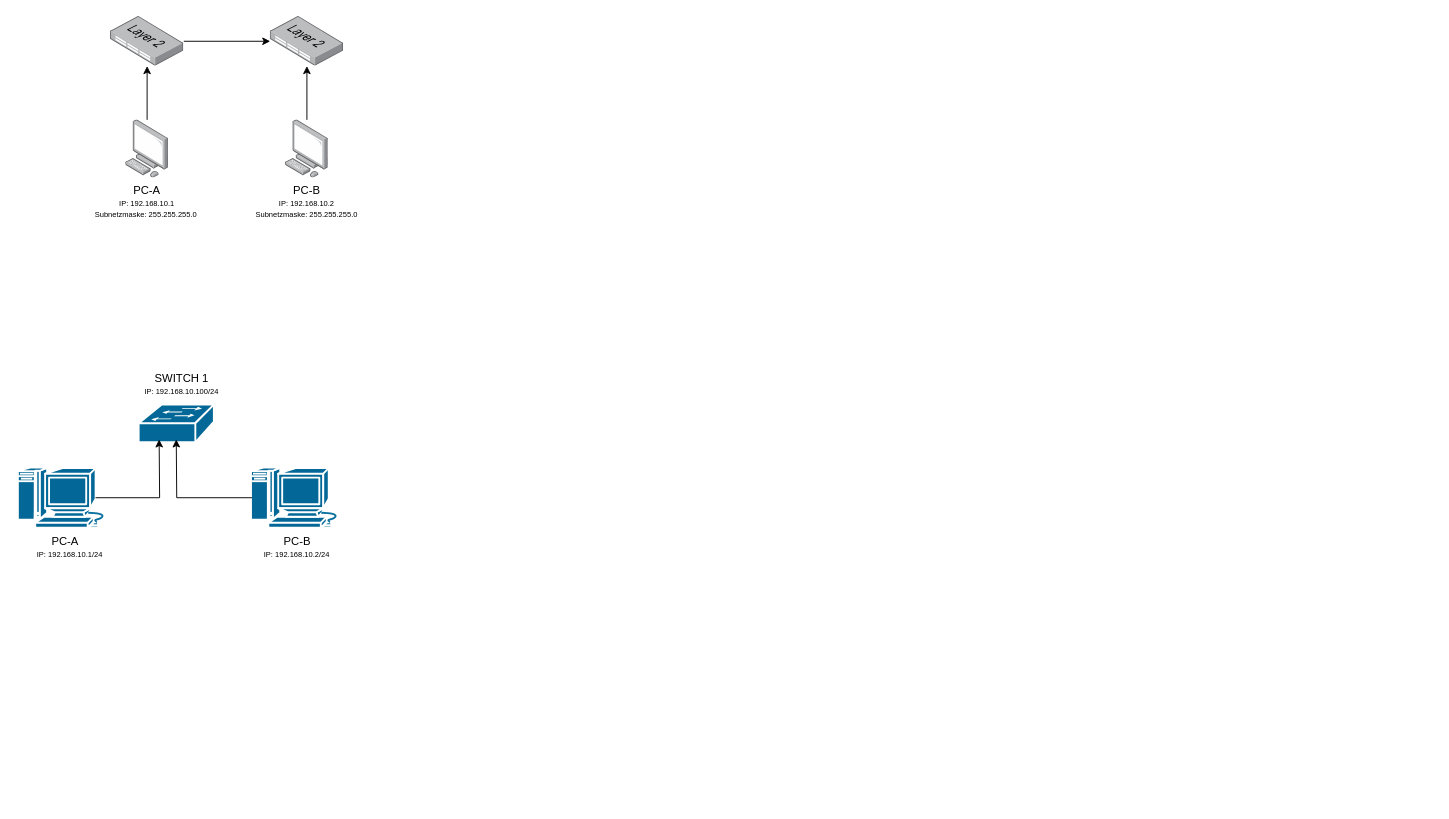
Before: Ubung1 Topologie1.drawio in PLAD26/OSI-Modell, a draw.io diagram. Source tidied: cells renumbered, new cells numbered last; positions are measured from the earlier drawing's top-left corner, leaving out a move shared by most shapes. Both pictures are drawn from the tidied source at 94%, with x=0, y=0 at pixel (17, 16).
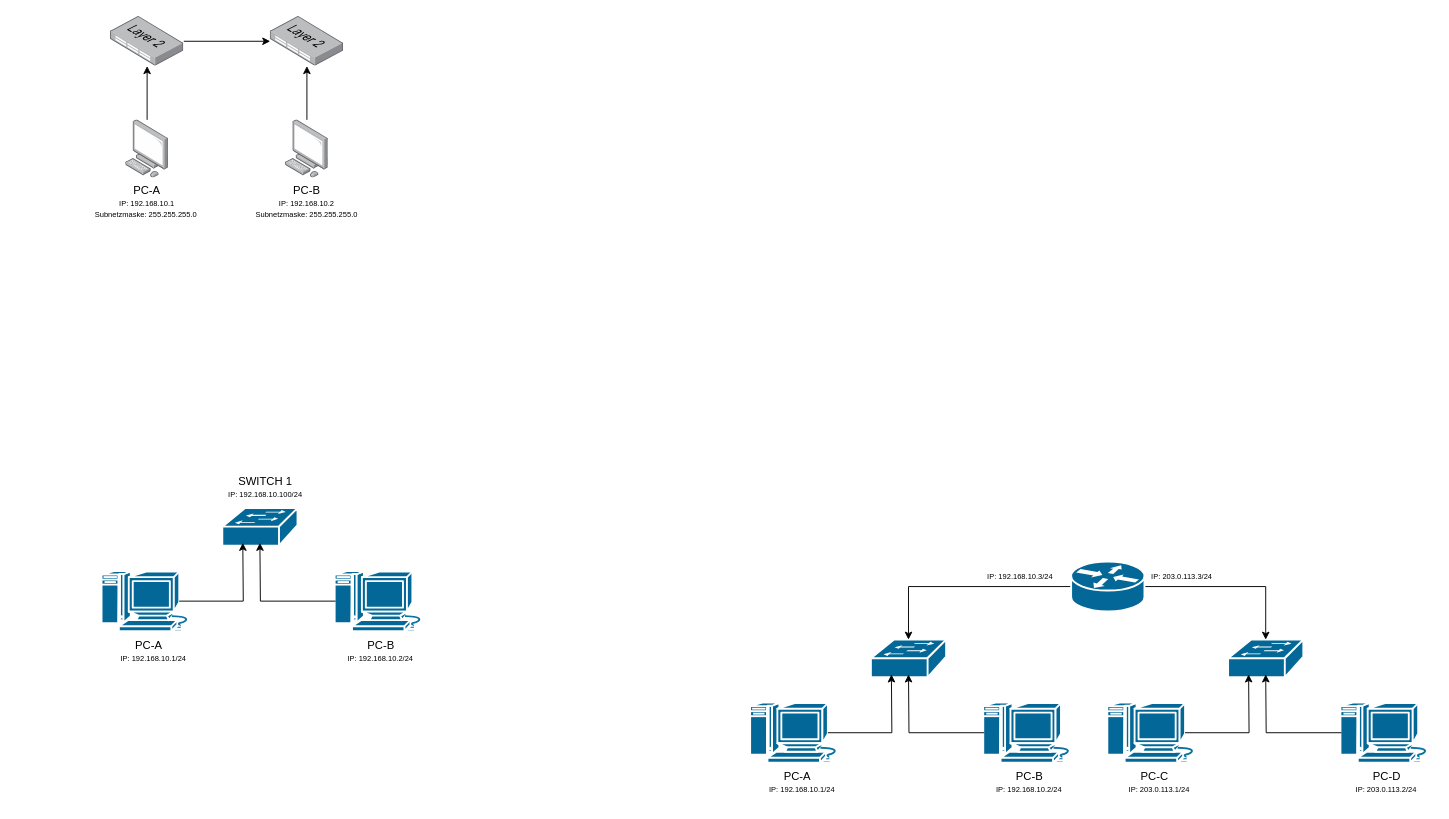
After the change.

What changed in the source:
```diff
@@
     <mxCell id="5" style="strokeColor=#ffffff;sketch=0;html=1;dashed=0;fillColor=#036897;strokeWidth=2;verticalLabelPosition=bottom;verticalAlign=top;align=center;shape=mxgraph.cisco.switches.workgroup_switch;" parent="1" vertex="1">
-      <mxGeometry x="129" y="413" width="80" height="40" as="geometry" />
+      <mxGeometry x="218" y="523" width="80" height="40" as="geometry" />
     </mxCell>
@@
     <mxCell id="16" style="sketch=0;html=1;dashed=0;fillColor=#036897;strokeColor=#ffffff;strokeWidth=2;verticalLabelPosition=bottom;verticalAlign=top;align=center;outlineConnect=0;shape=mxgraph.cisco.computers_and_peripherals.macintosh;" parent="1" vertex="1">
-      <mxGeometry x="248" y="480" width="99" height="64" as="geometry" />
+      <mxGeometry x="337" y="590" width="99" height="64" as="geometry" />
     </mxCell>
     <mxCell id="17" style="sketch=0;html=1;dashed=0;fillColor=#036897;strokeColor=#ffffff;strokeWidth=2;verticalLabelPosition=bottom;verticalAlign=top;align=center;outlineConnect=0;shape=mxgraph.cisco.computers_and_peripherals.macintosh;" parent="1" vertex="1">
-      <mxGeometry y="480" width="99" height="64" as="geometry" />
+      <mxGeometry x="89" y="590" width="99" height="64" as="geometry" />
     </mxCell>
     <mxCell id="18" value="PC-A" style="text;html=1;whiteSpace=wrap;strokeColor=none;fillColor=none;align=center;verticalAlign=middle;rounded=0;" parent="1" vertex="1">
-      <mxGeometry x="20.5" y="544" width="60" height="30" as="geometry" />
+      <mxGeometry x="109.5" y="654" width="60" height="30" as="geometry" />
     </mxCell>
     <mxCell id="19" value="&lt;font style=&quot;font-size: 8px;&quot;&gt;IP: 192.168.10.1/24&lt;/font&gt;" style="text;html=1;whiteSpace=wrap;strokeColor=none;fillColor=none;align=center;verticalAlign=middle;rounded=0;" parent="1" vertex="1">
-      <mxGeometry x="15.5" y="557" width="79.5" height="30" as="geometry" />
+      <mxGeometry x="104.5" y="667" width="79.5" height="30" as="geometry" />
     </mxCell>
     <mxCell id="20" value="&lt;font style=&quot;font-size: 8px;&quot;&gt;IP: 192.168.10.2/24&lt;/font&gt;" style="text;html=1;whiteSpace=wrap;strokeColor=none;fillColor=none;align=center;verticalAlign=middle;rounded=0;" parent="1" vertex="1">
-      <mxGeometry x="253.3" y="557" width="89" height="30" as="geometry" />
+      <mxGeometry x="342.3" y="667" width="89" height="30" as="geometry" />
     </mxCell>
     <mxCell id="21" value="PC-B" style="text;html=1;whiteSpace=wrap;strokeColor=none;fillColor=none;align=center;verticalAlign=middle;rounded=0;" parent="1" vertex="1">
-      <mxGeometry x="267.8" y="544" width="60" height="30" as="geometry" />
+      <mxGeometry x="356.8" y="654" width="60" height="30" as="geometry" />
     </mxCell>
     <mxCell id="22" value="SWITCH 1" style="text;html=1;whiteSpace=wrap;strokeColor=none;fillColor=none;align=center;verticalAlign=middle;rounded=0;" parent="1" vertex="1">
-      <mxGeometry x="144.8" y="370" width="60" height="30" as="geometry" />
+      <mxGeometry x="233.8" y="480" width="60" height="30" as="geometry" />
     </mxCell>
     <mxCell id="23" value="&lt;font style=&quot;font-size: 8px;&quot;&gt;IP: 192.168.10.100/24&lt;/font&gt;" style="text;html=1;whiteSpace=wrap;strokeColor=none;fillColor=none;align=center;verticalAlign=middle;rounded=0;" parent="1" vertex="1">
-      <mxGeometry x="132.8" y="383" width="84" height="30" as="geometry" />
+      <mxGeometry x="221.8" y="493" width="84" height="30" as="geometry" />
     </mxCell>
     <mxCell id="24" style="edgeStyle=orthogonalEdgeStyle;rounded=0;jettySize=auto;html=1;exitX=0.84;exitY=0.5;exitDx=0;exitDy=0;exitPerimeter=0;entryX=0.125;entryY=0.925;entryDx=0;entryDy=0;entryPerimeter=0;" parent="1" edge="1" source="17">
       <mxGeometry relative="1" as="geometry">
-        <mxPoint x="150.8" y="450" as="targetPoint" />
+        <mxPoint x="239.8" y="560" as="targetPoint" />
       </mxGeometry>
     </mxCell>
     <mxCell id="25" style="edgeStyle=orthogonalEdgeStyle;rounded=0;jettySize=auto;html=1;exitX=0.015;exitY=0.5;exitDx=0;exitDy=0;exitPerimeter=0;" parent="1" edge="1" source="16">
       <mxGeometry relative="1" as="geometry">
-        <mxPoint x="169" y="450" as="targetPoint" />
+        <mxPoint x="258" y="560" as="targetPoint" />
       </mxGeometry>
     </mxCell>
+    <mxCell id="26" style="strokeColor=#ffffff;sketch=0;html=1;dashed=0;fillColor=#036897;strokeWidth=2;verticalLabelPosition=bottom;verticalAlign=top;align=center;outlineConnect=0;shape=mxgraph.cisco.switches.workgroup_switch;" parent="1" vertex="1">
+      <mxGeometry x="908" y="663" width="80" height="40" as="geometry" />
+    </mxCell>
+    <mxCell id="27" style="sketch=0;html=1;dashed=0;fillColor=#036897;strokeColor=#ffffff;strokeWidth=2;verticalLabelPosition=bottom;verticalAlign=top;align=center;outlineConnect=0;shape=mxgraph.cisco.computers_and_peripherals.macintosh;" parent="1" vertex="1">
+      <mxGeometry x="1027" y="730" width="99" height="64" as="geometry" />
+    </mxCell>
+    <mxCell id="28" style="sketch=0;html=1;dashed=0;fillColor=#036897;strokeColor=#ffffff;strokeWidth=2;verticalLabelPosition=bottom;verticalAlign=top;align=center;outlineConnect=0;shape=mxgraph.cisco.computers_and_peripherals.macintosh;" parent="1" vertex="1">
+      <mxGeometry x="779" y="730" width="99" height="64" as="geometry" />
+    </mxCell>
+    <mxCell id="29" value="PC-A" style="text;html=1;whiteSpace=wrap;strokeColor=none;fillColor=none;align=center;verticalAlign=middle;rounded=0;" parent="1" vertex="1">
+      <mxGeometry x="799.5" y="794" width="60" height="30" as="geometry" />
+    </mxCell>
+    <mxCell id="30" value="&lt;font style=&quot;font-size: 8px;&quot;&gt;IP: 192.168.10.1/24&lt;/font&gt;" style="text;html=1;whiteSpace=wrap;strokeColor=none;fillColor=none;align=center;verticalAlign=middle;rounded=0;" parent="1" vertex="1">
+      <mxGeometry x="794.5" y="807" width="79.5" height="30" as="geometry" />
+    </mxCell>
+    <mxCell id="31" value="&lt;font style=&quot;font-size: 8px;&quot;&gt;IP: 192.168.10.2/24&lt;/font&gt;" style="text;html=1;whiteSpace=wrap;strokeColor=none;fillColor=none;align=center;verticalAlign=middle;rounded=0;" parent="1" vertex="1">
+      <mxGeometry x="1032.3" y="807" width="89" height="30" as="geometry" />
+    </mxCell>
+    <mxCell id="32" value="PC-B" style="text;html=1;whiteSpace=wrap;strokeColor=none;fillColor=none;align=center;verticalAlign=middle;rounded=0;" parent="1" vertex="1">
+      <mxGeometry x="1046.8" y="794" width="60" height="30" as="geometry" />
+    </mxCell>
+    <mxCell id="33" style="edgeStyle=orthogonalEdgeStyle;rounded=0;jettySize=auto;html=1;exitX=0.84;exitY=0.5;exitDx=0;exitDy=0;exitPerimeter=0;entryX=0.125;entryY=0.925;entryDx=0;entryDy=0;entryPerimeter=0;" parent="1" edge="1" source="28">
+      <mxGeometry relative="1" as="geometry">
+        <mxPoint x="929.8" y="700" as="targetPoint" />
+      </mxGeometry>
+    </mxCell>
+    <mxCell id="34" style="edgeStyle=orthogonalEdgeStyle;rounded=0;jettySize=auto;html=1;exitX=0.015;exitY=0.5;exitDx=0;exitDy=0;exitPerimeter=0;" parent="1" edge="1" source="27">
+      <mxGeometry relative="1" as="geometry">
+        <mxPoint x="948" y="700" as="targetPoint" />
+      </mxGeometry>
+    </mxCell>
+    <mxCell id="35" style="strokeColor=#ffffff;sketch=0;html=1;dashed=0;fillColor=#036897;strokeWidth=2;verticalLabelPosition=bottom;verticalAlign=top;align=center;outlineConnect=0;shape=mxgraph.cisco.switches.workgroup_switch;" parent="1" vertex="1">
+      <mxGeometry x="1288" y="663" width="80" height="40" as="geometry" />
+    </mxCell>
+    <mxCell id="36" style="sketch=0;html=1;dashed=0;fillColor=#036897;strokeColor=#ffffff;strokeWidth=2;verticalLabelPosition=bottom;verticalAlign=top;align=center;outlineConnect=0;shape=mxgraph.cisco.computers_and_peripherals.macintosh;" parent="1" vertex="1">
+      <mxGeometry x="1407" y="730" width="99" height="64" as="geometry" />
+    </mxCell>
+    <mxCell id="37" style="sketch=0;html=1;dashed=0;fillColor=#036897;strokeColor=#ffffff;strokeWidth=2;verticalLabelPosition=bottom;verticalAlign=top;align=center;outlineConnect=0;shape=mxgraph.cisco.computers_and_peripherals.macintosh;" parent="1" vertex="1">
+      <mxGeometry x="1159" y="730" width="99" height="64" as="geometry" />
+    </mxCell>
+    <mxCell id="38" value="PC-C" style="text;html=1;whiteSpace=wrap;strokeColor=none;fillColor=none;align=center;verticalAlign=middle;rounded=0;" parent="1" vertex="1">
+      <mxGeometry x="1179.5" y="794" width="60" height="30" as="geometry" />
+    </mxCell>
+    <mxCell id="39" value="&lt;font style=&quot;font-size: 8px;&quot;&gt;IP: 203.0.113.1/24&lt;/font&gt;" style="text;html=1;whiteSpace=wrap;strokeColor=none;fillColor=none;align=center;verticalAlign=middle;rounded=0;" parent="1" vertex="1">
+      <mxGeometry x="1174.5" y="807" width="79.5" height="30" as="geometry" />
+    </mxCell>
+    <mxCell id="40" value="&lt;span style=&quot;font-size: 8px;&quot;&gt;IP: 203.0.113.2/24&lt;/span&gt;" style="text;html=1;whiteSpace=wrap;strokeColor=none;fillColor=none;align=center;verticalAlign=middle;rounded=0;" parent="1" vertex="1">
+      <mxGeometry x="1412.3" y="807" width="89" height="30" as="geometry" />
+    </mxCell>
+    <mxCell id="41" value="PC-D" style="text;html=1;whiteSpace=wrap;strokeColor=none;fillColor=none;align=center;verticalAlign=middle;rounded=0;" parent="1" vertex="1">
+      <mxGeometry x="1426.8" y="794" width="60" height="30" as="geometry" />
+    </mxCell>
+    <mxCell id="42" style="edgeStyle=orthogonalEdgeStyle;rounded=0;jettySize=auto;html=1;exitX=0.84;exitY=0.5;exitDx=0;exitDy=0;exitPerimeter=0;entryX=0.125;entryY=0.925;entryDx=0;entryDy=0;entryPerimeter=0;" parent="1" edge="1" source="37">
+      <mxGeometry relative="1" as="geometry">
+        <mxPoint x="1309.8" y="700" as="targetPoint" />
+      </mxGeometry>
+    </mxCell>
+    <mxCell id="43" style="edgeStyle=orthogonalEdgeStyle;rounded=0;jettySize=auto;html=1;exitX=0.015;exitY=0.5;exitDx=0;exitDy=0;exitPerimeter=0;" parent="1" edge="1" source="36">
+      <mxGeometry relative="1" as="geometry">
+        <mxPoint x="1328" y="700" as="targetPoint" />
+      </mxGeometry>
+    </mxCell>
+    <mxCell id="44" style="edgeStyle=orthogonalEdgeStyle;rounded=0;jettySize=auto;html=1;" parent="1" edge="1" source="46" target="26">
+      <mxGeometry relative="1" as="geometry" />
+    </mxCell>
+    <mxCell id="45" style="edgeStyle=orthogonalEdgeStyle;rounded=0;jettySize=auto;html=1;exitX=1;exitY=0.5;exitDx=0;exitDy=0;exitPerimeter=0;" parent="1" edge="1" source="46" target="35">
+      <mxGeometry relative="1" as="geometry" />
+    </mxCell>
+    <mxCell id="46" style="strokeColor=#ffffff;sketch=0;html=1;dashed=0;fillColor=#036897;strokeWidth=2;verticalLabelPosition=bottom;verticalAlign=top;align=center;outlineConnect=0;shape=mxgraph.cisco.routers.router;" parent="1" vertex="1">
+      <mxGeometry x="1121" y="580" width="78" height="53" as="geometry" />
+    </mxCell>
+    <mxCell id="47" value="&lt;font style=&quot;font-size: 8px;&quot;&gt;IP: 192.168.10.3/24&lt;/font&gt;" style="text;html=1;whiteSpace=wrap;strokeColor=none;fillColor=none;align=center;verticalAlign=middle;rounded=0;" parent="1" vertex="1">
+      <mxGeometry x="1027" y="580" width="79.5" height="30" as="geometry" />
+    </mxCell>
+    <mxCell id="48" value="&lt;font style=&quot;font-size: 8px;&quot;&gt;IP: 203.0.113.3/24&lt;/font&gt;" style="text;html=1;whiteSpace=wrap;strokeColor=none;fillColor=none;align=center;verticalAlign=middle;rounded=0;" parent="1" vertex="1">
+      <mxGeometry x="1199" y="580" width="79.5" height="30" as="geometry" />
+    </mxCell>
```
